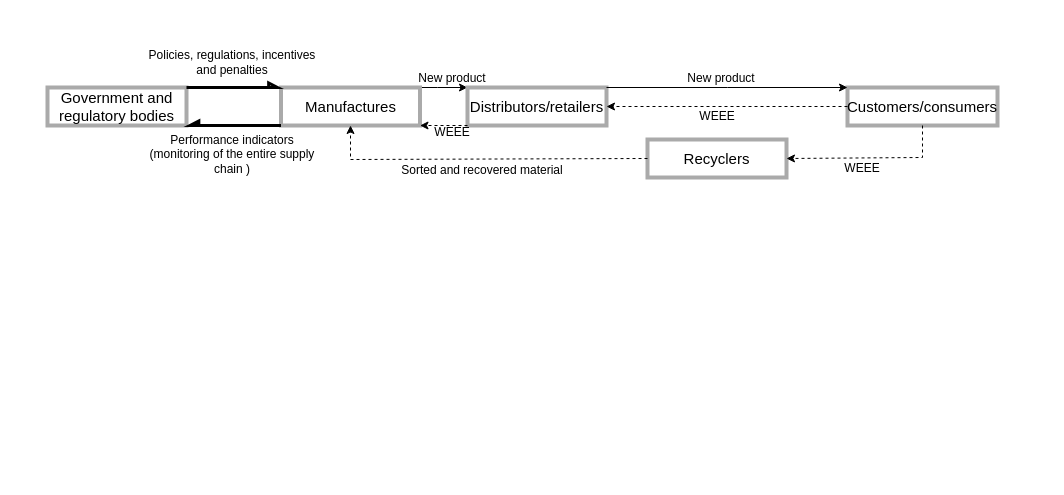
This is Unbenanntes Diagramm.drawio from lorerubiano22/LSRR_Working, a draw.io file, before an edit. Source tidied: cells renumbered, new cells numbered last; positions are measured from the earlier drawing's top-left corner, leaving out a move shared by most shapes. Both pictures are drawn from the tidied source at 100%, with x=0, y=0 at pixel (47, 47).
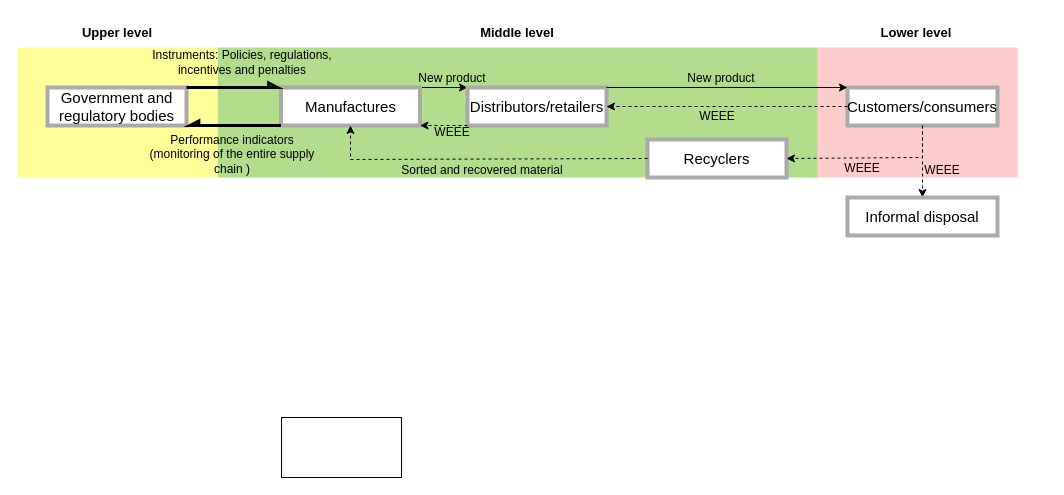
After the change.

Unchanged cells that the change refers to:
```xml
<mxCell id="7" value="Customers/consumers" style="rounded=0;whiteSpace=wrap;html=1;fontSize=15;strokeColor=#AAAAAA;strokeWidth=4;" parent="1" vertex="1">
  <mxGeometry x="800" y="40" width="150" height="38" as="geometry" />
</mxCell>
```

Change to the diagram source:
```diff
@@
+    <mxCell id="23" style="rounded=0;whiteSpace=wrap;html=1;strokeColor=none;fillColor=#FFCCCC;" parent="1" vertex="1">
+      <mxGeometry x="767" width="203" height="130" as="geometry" />
+    </mxCell>
+    <mxCell id="24" style="rounded=0;whiteSpace=wrap;html=1;strokeColor=none;fillColor=#b1dd8c;" parent="1" vertex="1">
+      <mxGeometry x="170" width="600" height="130" as="geometry" />
+    </mxCell>
+    <mxCell id="25" style="rounded=0;whiteSpace=wrap;html=1;strokeColor=none;fillColor=#FFFF99;" parent="1" vertex="1">
+      <mxGeometry x="-30" width="200" height="130" as="geometry" />
+    </mxCell>
@@
+    <mxCell id="26" style="edgeStyle=orthogonalEdgeStyle;rounded=0;jettySize=auto;html=1;dashed=1;" parent="1" edge="1" source="7" target="30">
+      <mxGeometry relative="1" as="geometry" />
+    </mxCell>
@@
-    <mxCell id="12" value="Policies, regulations, incentives and penalties" style="text;html=1;align=center;verticalAlign=middle;whiteSpace=wrap;rounded=0;" parent="1" vertex="1">
-      <mxGeometry x="100" width="170" height="30" as="geometry" />
+    <mxCell id="12" value="Instruments: Policies, regulations, incentives and penalties" style="text;html=1;align=center;verticalAlign=middle;whiteSpace=wrap;rounded=0;" parent="1" vertex="1">
+      <mxGeometry x="100" width="190" height="30" as="geometry" />
     </mxCell>
@@
+    <mxCell id="27" value="Lower level" style="text;html=1;align=center;verticalAlign=middle;whiteSpace=wrap;rounded=0;fontStyle=1;fontSize=13;" parent="1" vertex="1">
+      <mxGeometry x="803.5" y="-30" width="130" height="30" as="geometry" />
+    </mxCell>
+    <mxCell id="28" value="Middle level" style="text;html=1;align=center;verticalAlign=middle;whiteSpace=wrap;rounded=0;fontStyle=1;fontSize=13;" parent="1" vertex="1">
+      <mxGeometry x="405" y="-30" width="130" height="30" as="geometry" />
+    </mxCell>
+    <mxCell id="29" value="Upper level" style="text;html=1;align=center;verticalAlign=middle;whiteSpace=wrap;rounded=0;fontSize=13;fontStyle=1;" parent="1" vertex="1">
+      <mxGeometry x="5" y="-30" width="130" height="30" as="geometry" />
+    </mxCell>
+    <mxCell id="30" value="Informal disposal" style="rounded=0;whiteSpace=wrap;html=1;fontSize=15;strokeColor=#AAAAAA;strokeWidth=4;" parent="1" vertex="1">
+      <mxGeometry x="800" y="150" width="150" height="38" as="geometry" />
+    </mxCell>
+    <mxCell id="31" value="&lt;p style=&quot;font-style: normal; font-variant-caps: normal; font-weight: 400; letter-spacing: normal; orphans: auto; text-align: start; text-indent: 0px; text-transform: none; white-space: normal; widows: auto; word-spacing: 0px; -webkit-text-stroke-width: 0px; text-decoration: none; caret-color: rgb(0, 0, 0); color: rgb(0, 0, 0);&quot;&gt;&lt;br&gt;&lt;/p&gt;" style="text;whiteSpace=wrap;html=1;" parent="1" vertex="1">
+      <mxGeometry x="880" y="200" width="120" height="60" as="geometry" />
+    </mxCell>
+    <mxCell id="32" value="WEEE" style="text;html=1;align=center;verticalAlign=middle;whiteSpace=wrap;rounded=0;" parent="1" vertex="1">
+      <mxGeometry x="830" y="108" width="130" height="30" as="geometry" />
+    </mxCell>
+    <mxCell id="33" style="rounded=0;whiteSpace=wrap;html=1;" parent="1" vertex="1">
+      <mxGeometry x="234" y="370" width="120" height="60" as="geometry" />
+    </mxCell>
```
